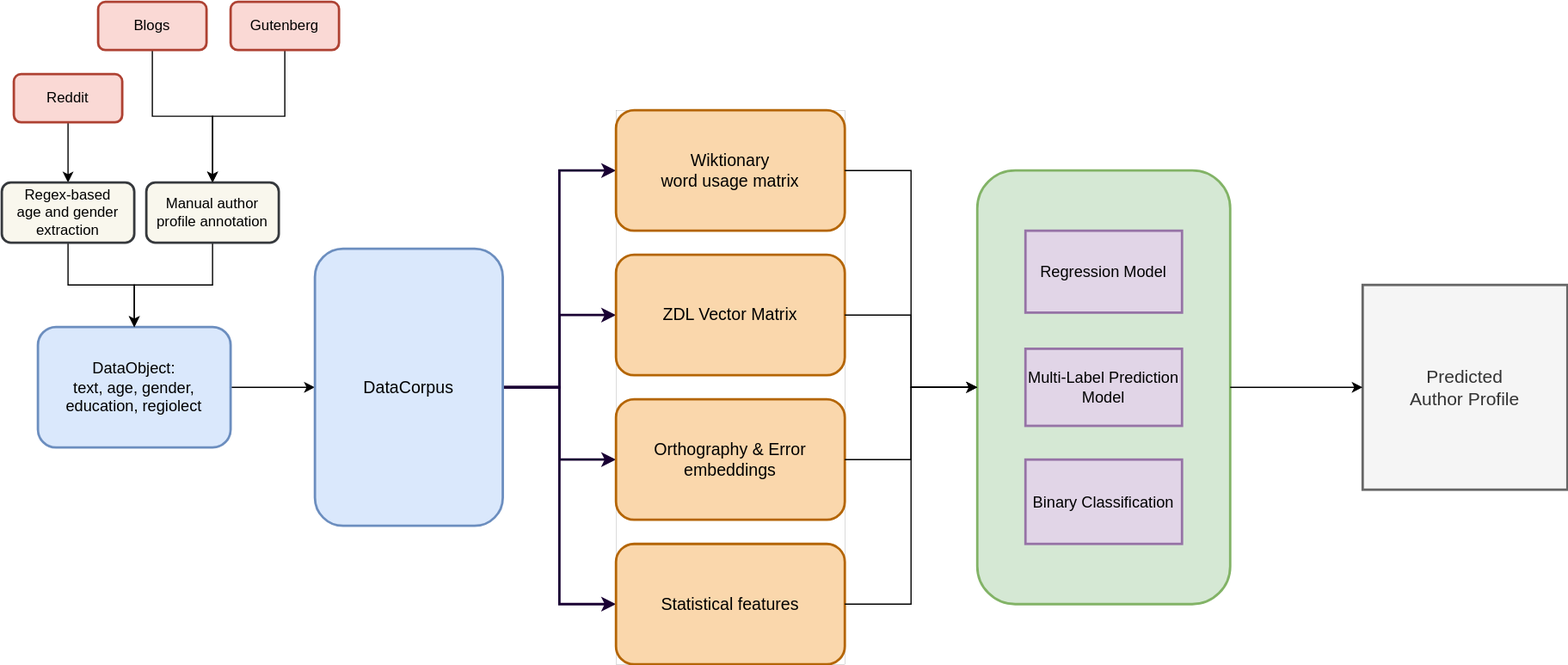
Above: architecture.drawio.svg in kobrue02/BERTective (draw.io), before the change. Source tidied: cells renumbered, new cells last; positions are measured from the earlier drawing's top-left corner, leaving out a move shared by most shapes.
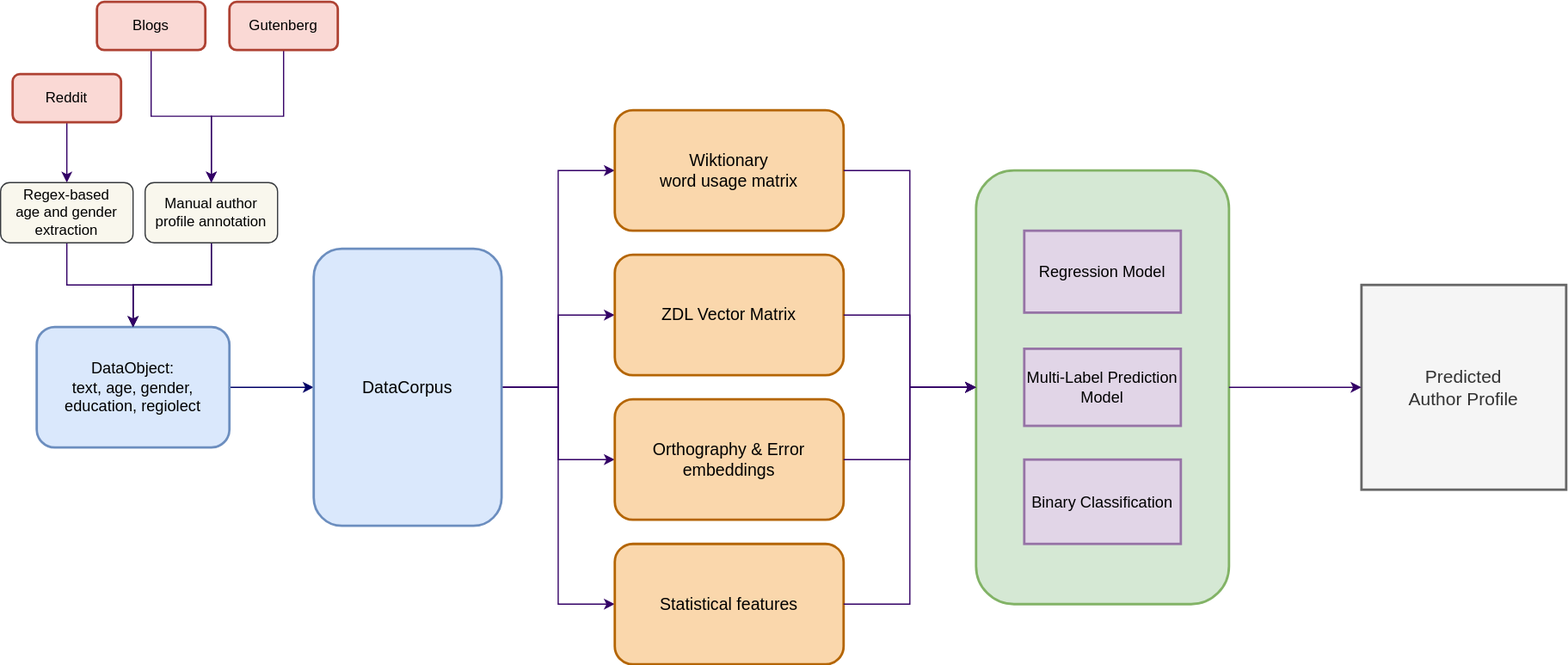
The same diagram one commit later.

What changed in the source:
```diff
@@ -2,46 +2,49 @@
   <root>
     <mxCell id="0" />
     <mxCell id="1" parent="0" />
-    <mxCell id="2" style="edgeStyle=orthogonalEdgeStyle;rounded=0;jettySize=auto;html=1;" parent="1" edge="1" source="3" target="8">
+    <mxCell id="2" style="edgeStyle=orthogonalEdgeStyle;rounded=0;jettySize=auto;html=1;strokeWidth=1;strokeColor=#000066;" parent="1" edge="1" source="3" target="8">
       <mxGeometry relative="1" as="geometry" />
     </mxCell>
     <mxCell id="3" value="&lt;font style=&quot;font-size: 13px;&quot;&gt;DataObject:&lt;br&gt;text, age, gender, education, regiolect&lt;/font&gt;" style="rounded=1;whiteSpace=wrap;html=1;fillColor=#dae8fc;strokeColor=#6c8ebf;strokeWidth=2;" parent="1" vertex="1">
       <mxGeometry x="30" y="270" width="160" height="100" as="geometry" />
     </mxCell>
-    <mxCell id="4" style="edgeStyle=orthogonalEdgeStyle;rounded=0;jettySize=auto;html=1;strokeColor=#190033;strokeWidth=2;jumpStyle=none;shadow=0;" parent="1" edge="1" source="8" target="24">
+    <mxCell id="4" style="edgeStyle=orthogonalEdgeStyle;rounded=0;jettySize=auto;html=1;strokeColor=#330066;strokeWidth=1;jumpStyle=none;shadow=0;" parent="1" edge="1" source="8" target="24">
       <mxGeometry relative="1" as="geometry" />
     </mxCell>
-    <mxCell id="5" style="edgeStyle=orthogonalEdgeStyle;rounded=0;jettySize=auto;html=1;strokeColor=#190033;strokeWidth=2;jumpStyle=none;shadow=0;" parent="1" edge="1" source="8" target="23">
+    <mxCell id="5" style="edgeStyle=orthogonalEdgeStyle;rounded=0;jettySize=auto;html=1;strokeColor=#330066;strokeWidth=1;jumpStyle=none;shadow=0;" parent="1" edge="1" source="8" target="23">
       <mxGeometry relative="1" as="geometry" />
     </mxCell>
-    <mxCell id="6" style="edgeStyle=orthogonalEdgeStyle;rounded=0;jettySize=auto;html=1;entryX=0;entryY=0.5;entryDx=0;entryDy=0;strokeColor=#190033;strokeWidth=2;jumpStyle=none;shadow=0;" parent="1" edge="1" source="8" target="22">
+    <mxCell id="6" style="edgeStyle=orthogonalEdgeStyle;rounded=0;jettySize=auto;html=1;entryX=0;entryY=0.5;entryDx=0;entryDy=0;strokeColor=#330066;strokeWidth=1;jumpStyle=none;shadow=0;" parent="1" edge="1" source="8" target="22">
       <mxGeometry relative="1" as="geometry" />
     </mxCell>
-    <mxCell id="7" style="edgeStyle=orthogonalEdgeStyle;rounded=0;jettySize=auto;html=1;entryX=0;entryY=0.5;entryDx=0;entryDy=0;strokeColor=#190033;strokeWidth=2;jumpStyle=none;shadow=0;" parent="1" edge="1" source="8" target="25">
+    <mxCell id="7" style="edgeStyle=orthogonalEdgeStyle;rounded=0;jettySize=auto;html=1;entryX=0;entryY=0.5;entryDx=0;entryDy=0;strokeColor=#330066;strokeWidth=1;jumpStyle=none;shadow=0;" parent="1" edge="1" source="8" target="25">
       <mxGeometry relative="1" as="geometry" />
     </mxCell>
     <mxCell id="8" value="&lt;font style=&quot;font-size: 14px;&quot;&gt;DataCorpus&lt;/font&gt;" style="rounded=1;whiteSpace=wrap;html=1;fillColor=#dae8fc;strokeColor=#6c8ebf;strokeWidth=2;" parent="1" vertex="1">
       <mxGeometry x="260" y="205" width="156" height="230" as="geometry" />
     </mxCell>
-    <mxCell id="9" style="edgeStyle=orthogonalEdgeStyle;rounded=0;jettySize=auto;html=1;" parent="1" edge="1" source="10" target="13">
+    <mxCell id="9" style="edgeStyle=orthogonalEdgeStyle;rounded=0;jettySize=auto;html=1;strokeWidth=1;strokeColor=#330066;" parent="1" edge="1" source="10" target="13">
       <mxGeometry relative="1" as="geometry" />
     </mxCell>
     <mxCell id="10" value="Reddit" style="rounded=1;whiteSpace=wrap;html=1;fillColor=#fad9d5;strokeColor=#ae4132;strokeWidth=2;" parent="1" vertex="1">
       <mxGeometry x="10" y="60" width="90" height="40" as="geometry" />
     </mxCell>
-    <mxCell id="11" style="edgeStyle=orthogonalEdgeStyle;rounded=0;jettySize=auto;html=1;" parent="1" edge="1" source="34" target="15">
+    <mxCell id="11" style="edgeStyle=orthogonalEdgeStyle;rounded=0;jettySize=auto;html=1;strokeWidth=1;strokeColor=#330066;" parent="1" edge="1" source="34" target="15">
       <mxGeometry relative="1" as="geometry" />
     </mxCell>
-    <mxCell id="12" style="edgeStyle=orthogonalEdgeStyle;rounded=0;jettySize=auto;html=1;" parent="1" edge="1" source="13" target="3">
+    <mxCell id="12" style="edgeStyle=orthogonalEdgeStyle;rounded=0;jettySize=auto;html=1;strokeWidth=1;strokeColor=#330066;" parent="1" edge="1" source="13" target="3">
       <mxGeometry relative="1" as="geometry" />
     </mxCell>
-    <mxCell id="13" value="Regex-based&lt;br&gt;age and gender extraction" style="rounded=1;whiteSpace=wrap;html=1;fillColor=#f9f7ed;strokeColor=#36393d;strokeWidth=2;" parent="1" vertex="1">
+    <mxCell id="13" value="Regex-based&lt;br&gt;age and gender extraction" style="rounded=1;whiteSpace=wrap;html=1;fillColor=#f9f7ed;strokeColor=#36393d;strokeWidth=1;" parent="1" vertex="1">
       <mxGeometry y="150" width="110" height="50" as="geometry" />
     </mxCell>
-    <mxCell id="14" style="edgeStyle=orthogonalEdgeStyle;rounded=0;jettySize=auto;html=1;" parent="1" edge="1" source="15" target="3">
+    <mxCell id="14" style="edgeStyle=orthogonalEdgeStyle;rounded=0;jettySize=auto;html=1;strokeWidth=1;strokeColor=#000033;" parent="1" edge="1" source="15" target="3">
       <mxGeometry relative="1" as="geometry" />
     </mxCell>
+    <mxCell id="36" style="edgeStyle=orthogonalEdgeStyle;rounded=0;jettySize=auto;html=1;strokeWidth=1;strokeColor=#330066;" parent="1" edge="1" source="15" target="3">
+      <mxGeometry relative="1" as="geometry" />
+    </mxCell>
-    <mxCell id="15" value="Manual author profile annotation" style="rounded=1;whiteSpace=wrap;html=1;fillColor=#f9f7ed;strokeColor=#36393d;strokeWidth=2;" parent="1" vertex="1">
+    <mxCell id="15" value="Manual author profile annotation" style="rounded=1;whiteSpace=wrap;html=1;fillColor=#f9f7ed;strokeColor=#36393d;strokeWidth=1;" parent="1" vertex="1">
       <mxGeometry x="120" y="150" width="110" height="50" as="geometry" />
     </mxCell>
     <mxCell id="16" style="group;strokeWidth=1;" parent="1" vertex="1">
@@ -59,7 +62,7 @@
     <mxCell id="20" value="&lt;font style=&quot;font-size: 13px;&quot;&gt;Binary Classification&lt;/font&gt;" style="rounded=0;whiteSpace=wrap;html=1;fillColor=#e1d5e7;strokeColor=#9673a6;strokeWidth=2;" parent="16" vertex="1">
       <mxGeometry x="40" y="236" width="130" height="70" as="geometry" />
     </mxCell>
-    <mxCell id="21" style="group;strokeWidth=0;strokeColor=default;shadow=0;" parent="1" vertex="1">
+    <mxCell id="21" style="group;strokeWidth=0;strokeColor=none;shadow=0;" parent="1" vertex="1">
       <mxGeometry x="510" y="90" width="190" height="460" as="geometry" />
     </mxCell>
     <mxCell id="22" value="&lt;font style=&quot;font-size: 14px;&quot;&gt;Wiktionary&lt;br&gt;word usage matrix&lt;/font&gt;" style="rounded=1;whiteSpace=wrap;html=1;fillColor=#fad7ac;strokeColor=#b46504;strokeWidth=2;" parent="21" vertex="1">
@@ -74,10 +77,10 @@
     <mxCell id="25" value="&lt;font style=&quot;font-size: 14px;&quot;&gt;Statistical features&lt;/font&gt;" style="rounded=1;whiteSpace=wrap;html=1;fillColor=#fad7ac;strokeColor=#b46504;strokeWidth=2;" parent="21" vertex="1">
       <mxGeometry y="360" width="190" height="100" as="geometry" />
     </mxCell>
-    <mxCell id="26" style="edgeStyle=orthogonalEdgeStyle;rounded=0;jettySize=auto;html=1;" parent="1" edge="1" source="25" target="17">
+    <mxCell id="26" style="edgeStyle=orthogonalEdgeStyle;rounded=0;jettySize=auto;html=1;strokeWidth=1;strokeColor=#330066;" parent="1" edge="1" source="25" target="17">
       <mxGeometry relative="1" as="geometry" />
     </mxCell>
-    <mxCell id="27" style="edgeStyle=orthogonalEdgeStyle;rounded=0;jettySize=auto;html=1;" parent="1" edge="1" source="22" target="17">
+    <mxCell id="27" style="edgeStyle=orthogonalEdgeStyle;rounded=0;jettySize=auto;html=1;strokeWidth=1;strokeColor=#330066;" parent="1" edge="1" source="22" target="17">
       <mxGeometry relative="1" as="geometry">
         <Array as="points">
           <mxPoint x="755" y="140" />
@@ -85,19 +88,19 @@
         </Array>
       </mxGeometry>
     </mxCell>
-    <mxCell id="28" style="edgeStyle=orthogonalEdgeStyle;rounded=0;jettySize=auto;html=1;entryX=0;entryY=0.5;entryDx=0;entryDy=0;" parent="1" edge="1" source="23" target="17">
+    <mxCell id="28" style="edgeStyle=orthogonalEdgeStyle;rounded=0;jettySize=auto;html=1;entryX=0;entryY=0.5;entryDx=0;entryDy=0;strokeWidth=1;strokeColor=#330066;" parent="1" edge="1" source="23" target="17">
       <mxGeometry relative="1" as="geometry" />
     </mxCell>
-    <mxCell id="29" style="edgeStyle=orthogonalEdgeStyle;rounded=0;jettySize=auto;html=1;entryX=0;entryY=0.5;entryDx=0;entryDy=0;" parent="1" edge="1" source="24" target="17">
+    <mxCell id="29" style="edgeStyle=orthogonalEdgeStyle;rounded=0;jettySize=auto;html=1;entryX=0;entryY=0.5;entryDx=0;entryDy=0;strokeWidth=1;strokeColor=#330066;" parent="1" edge="1" source="24" target="17">
       <mxGeometry relative="1" as="geometry" />
     </mxCell>
     <mxCell id="30" value="&lt;font style=&quot;font-size: 15px;&quot;&gt;Predicted &lt;br&gt;Author Profile&lt;/font&gt;" style="whiteSpace=wrap;html=1;fillColor=#f5f5f5;fontColor=#333333;strokeColor=#666666;strokeWidth=2;" parent="1" vertex="1">
       <mxGeometry x="1130" y="235" width="170" height="170" as="geometry" />
     </mxCell>
-    <mxCell id="31" style="edgeStyle=orthogonalEdgeStyle;rounded=0;jettySize=auto;html=1;" parent="1" edge="1" source="17" target="30">
+    <mxCell id="31" style="edgeStyle=orthogonalEdgeStyle;rounded=0;jettySize=auto;html=1;strokeWidth=1;strokeColor=#330066;" parent="1" edge="1" source="17" target="30">
       <mxGeometry relative="1" as="geometry" />
     </mxCell>
-    <mxCell id="32" style="edgeStyle=orthogonalEdgeStyle;rounded=0;jettySize=auto;html=1;entryX=0.5;entryY=0;entryDx=0;entryDy=0;" parent="1" edge="1" source="35" target="15">
+    <mxCell id="32" style="edgeStyle=orthogonalEdgeStyle;rounded=0;jettySize=auto;html=1;entryX=0.5;entryY=0;entryDx=0;entryDy=0;strokeWidth=1;strokeColor=#330066;" parent="1" edge="1" source="35" target="15">
       <mxGeometry relative="1" as="geometry" />
     </mxCell>
     <mxCell id="33" style="group;fillColor=none;" parent="1" vertex="1">
```
